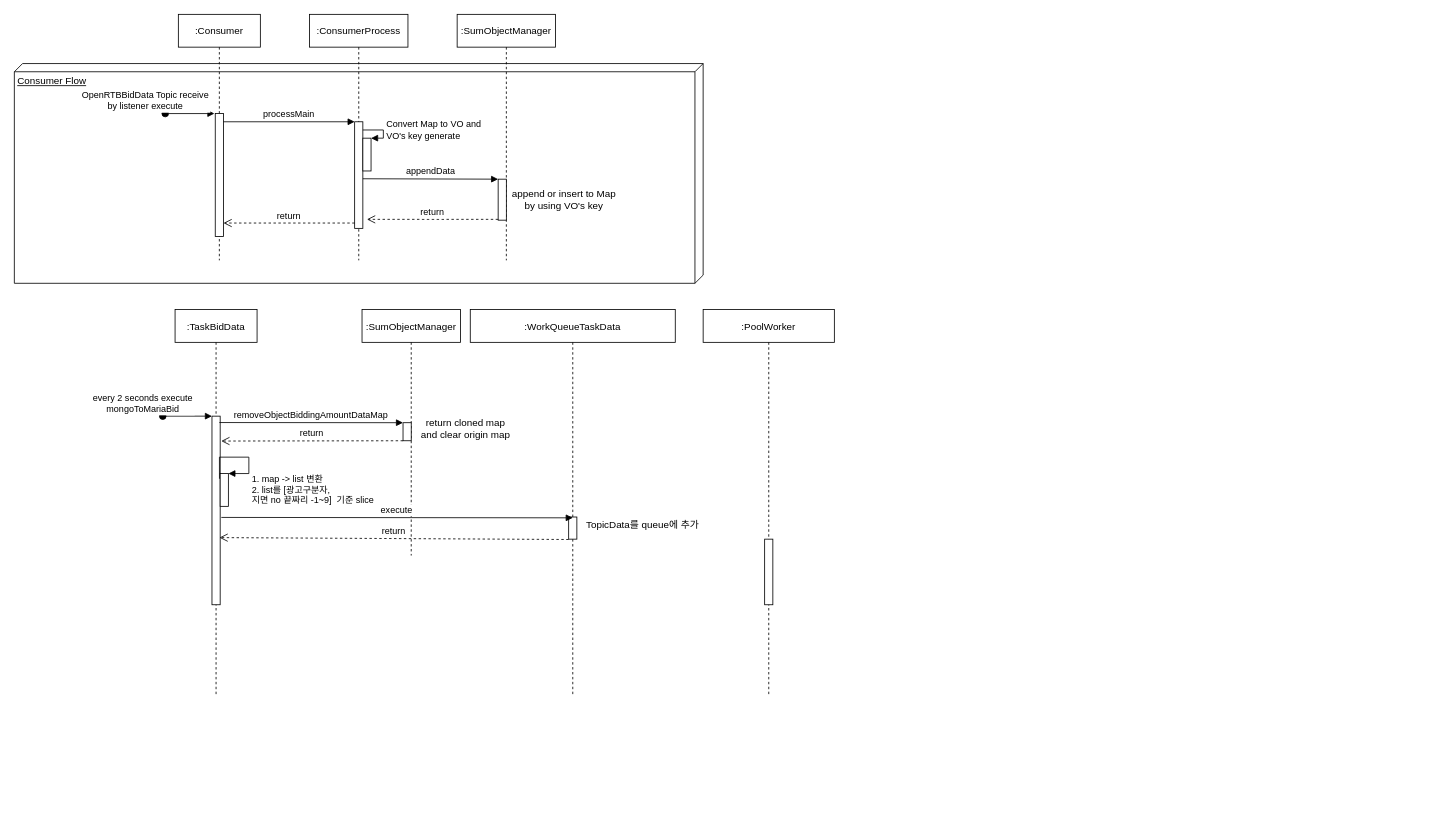
This is OpenRTB Consumer Flow.drawio from BaekSeungJo/Diagram, a draw.io file, before an edit. Source tidied: cells renumbered, new cells numbered last; positions are measured from the earlier drawing's top-left corner, leaving out a move shared by most shapes. Both pictures are drawn from the tidied source at 82%, with x=0, y=0 at pixel (14, 14).
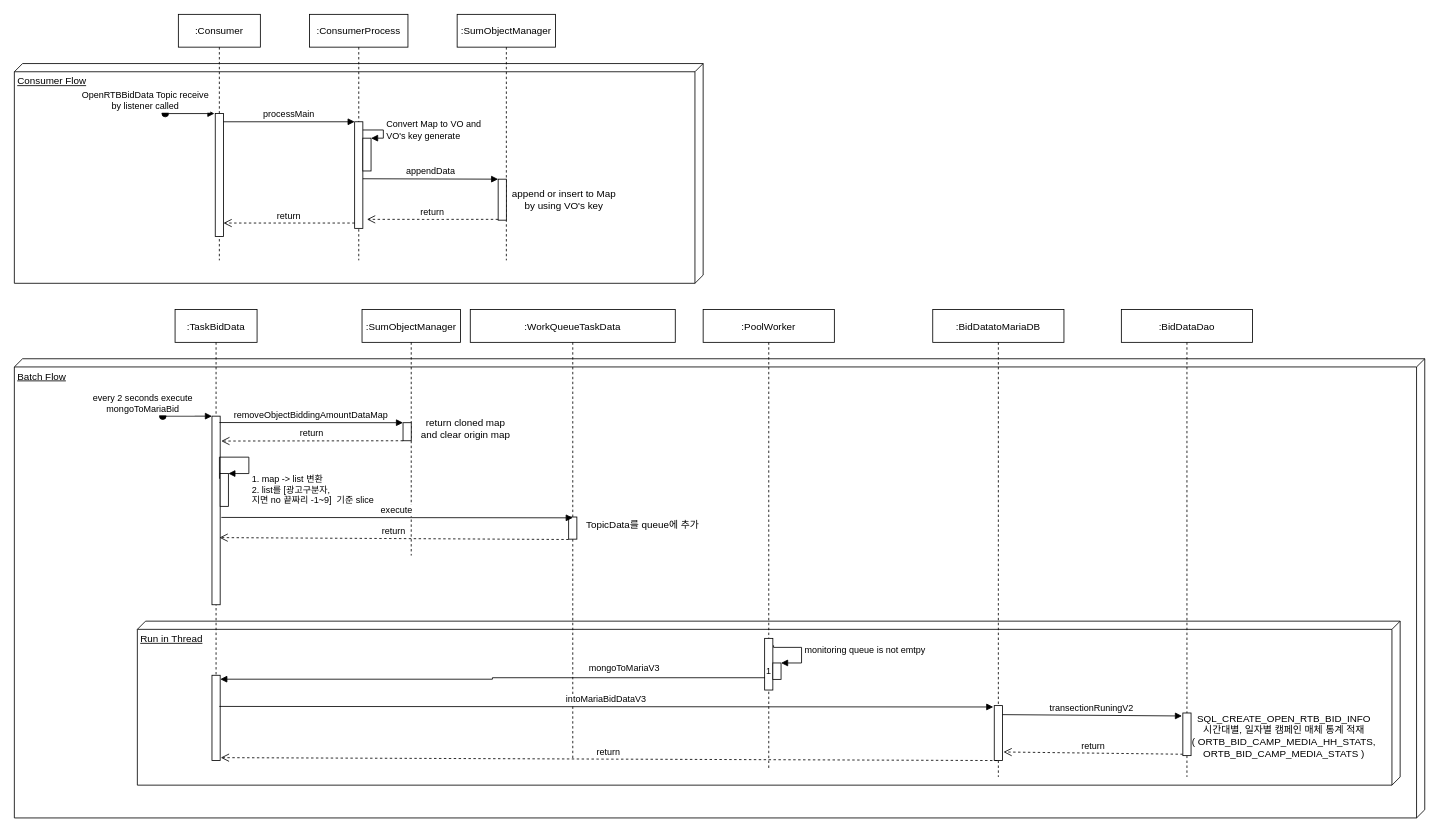
The same page after the edit.

The change refers to these unchanged cells:
```xml
<mxCell id="3" value=":Consumer" style="shape=umlLifeline;perimeter=lifelinePerimeter;rounded=0;shadow=0;strokeWidth=1;" parent="1" vertex="1">
  <mxGeometry x="200" width="100" height="300" as="geometry" />
</mxCell>
```

What changed in the source:
```diff
@@
+    <mxCell id="34" value="Batch Flow" style="verticalAlign=top;align=left;spacingTop=8;spacingLeft=2;spacingRight=12;shape=cube;size=10;direction=south;fontStyle=4;html=1;" parent="1" vertex="1">
+      <mxGeometry y="420" width="1720" height="560" as="geometry" />
+    </mxCell>
+    <mxCell id="35" value="Run in Thread" style="verticalAlign=top;align=left;spacingTop=8;spacingLeft=2;spacingRight=12;shape=cube;size=10;direction=south;fontStyle=4;html=1;" parent="1" vertex="1">
+      <mxGeometry x="150" y="740" width="1540" height="200" as="geometry" />
+    </mxCell>
@@
-    <mxCell id="5" value="OpenRTBBidData Topic receive&#10;by listener execute" style="verticalAlign=bottom;startArrow=oval;endArrow=block;startSize=8;shadow=0;strokeWidth=1;" parent="3" edge="1">
+    <mxCell id="5" value="OpenRTBBidData Topic receive&#10;by listener called" style="verticalAlign=bottom;startArrow=oval;endArrow=block;startSize=8;shadow=0;strokeWidth=1;" parent="3" edge="1">
       <mxGeometry x="-1" y="-24" relative="1" as="geometry">
         <mxPoint x="-16" y="121" as="sourcePoint" />
         <mxPoint x="44" y="121" as="targetPoint" />
         <mxPoint x="-24" y="-24" as="offset" />
       </mxGeometry>
     </mxCell>
@@
     <mxCell id="17" value=":TaskBidData" style="shape=umlLifeline;perimeter=lifelinePerimeter;rounded=0;shadow=0;strokeWidth=1;" parent="1" vertex="1">
-      <mxGeometry x="196" y="360" width="100" height="470" as="geometry" />
+      <mxGeometry x="196" y="360" width="100" height="550" as="geometry" />
     </mxCell>
@@
+    <mxCell id="36" style="html=1;points=[];perimeter=orthogonalPerimeter;" parent="17" vertex="1">
+      <mxGeometry x="45" y="446" width="10" height="104" as="geometry" />
+    </mxCell>
@@
     <mxCell id="27" value=":WorkQueueTaskData" style="shape=umlLifeline;perimeter=lifelinePerimeter;rounded=0;shadow=0;strokeWidth=1;" parent="1" vertex="1">
-      <mxGeometry x="556" y="360" width="250" height="470" as="geometry" />
+      <mxGeometry x="556" y="360" width="250" height="550" as="geometry" />
     </mxCell>
@@
     <mxCell id="32" value=":PoolWorker" style="shape=umlLifeline;perimeter=lifelinePerimeter;rounded=0;shadow=0;strokeWidth=1;" parent="1" vertex="1">
-      <mxGeometry x="840" y="360" width="160" height="470" as="geometry" />
+      <mxGeometry x="840" y="360" width="160" height="560" as="geometry" />
     </mxCell>
     <mxCell id="33" style="points=[];perimeter=orthogonalPerimeter;rounded=0;shadow=0;strokeWidth=1;" parent="32" vertex="1">
-      <mxGeometry x="75" y="280" width="10" height="80" as="geometry" />
+      <mxGeometry x="75" y="401" width="10" height="63" as="geometry" />
     </mxCell>
+    <mxCell id="37" style="html=1;points=[];perimeter=orthogonalPerimeter;" parent="32" vertex="1">
+      <mxGeometry x="85" y="431" width="10" height="20" as="geometry" />
+    </mxCell>
+    <mxCell id="38" value="monitoring queue is not emtpy" style="edgeStyle=orthogonalEdgeStyle;html=1;align=left;spacingLeft=2;endArrow=block;rounded=0;entryX=1;entryY=0;exitX=1.086;exitY=0.135;exitDx=0;exitDy=0;exitPerimeter=0;" parent="32" edge="1" source="33" target="37">
+      <mxGeometry relative="1" as="geometry">
+        <Array as="points">
+          <mxPoint x="120" y="412" />
+          <mxPoint x="120" y="431" />
+        </Array>
+      </mxGeometry>
+    </mxCell>
+    <mxCell id="39" value="mongoToMariaV3" style="endArrow=block;endFill=1;html=1;edgeStyle=orthogonalEdgeStyle;align=left;verticalAlign=top;rounded=0;entryX=1.01;entryY=0.046;entryDx=0;entryDy=0;entryPerimeter=0;exitX=0.038;exitY=0.762;exitDx=0;exitDy=0;exitPerimeter=0;" parent="1" edge="1" source="33" target="36">
+      <mxGeometry x="-0.35" y="-25" relative="1" as="geometry" />
+    </mxCell>
+    <mxCell id="40" value="1" style="edgeLabel;html=1;align=left;verticalAlign=bottom;" parent="39" vertex="1">
+      <mxGeometry x="-1" relative="1" as="geometry" />
+    </mxCell>
+    <mxCell id="41" value=":BidDatatoMariaDB" style="shape=umlLifeline;perimeter=lifelinePerimeter;rounded=0;shadow=0;strokeWidth=1;" parent="1" vertex="1">
+      <mxGeometry x="1120" y="360" width="160" height="570" as="geometry" />
+    </mxCell>
+    <mxCell id="42" style="points=[];perimeter=orthogonalPerimeter;rounded=0;shadow=0;strokeWidth=1;" parent="41" vertex="1">
+      <mxGeometry x="75" y="483" width="10" height="67" as="geometry" />
+    </mxCell>
+    <mxCell id="43" value="return" style="verticalAlign=bottom;endArrow=open;dashed=1;endSize=8;shadow=0;strokeWidth=1;exitX=0;exitY=1.016;exitDx=0;exitDy=0;exitPerimeter=0;entryX=1.124;entryY=0.844;entryDx=0;entryDy=0;entryPerimeter=0;" parent="41" edge="1" target="42">
+      <mxGeometry relative="1" as="geometry">
+        <mxPoint x="305" y="542.3" as="sourcePoint" />
+      </mxGeometry>
+    </mxCell>
+    <mxCell id="44" value="intoMariaBidDataV3" style="verticalAlign=bottom;endArrow=block;shadow=0;strokeWidth=1;exitX=1.143;exitY=0.537;exitDx=0;exitDy=0;exitPerimeter=0;entryX=-0.117;entryY=0.025;entryDx=0;entryDy=0;entryPerimeter=0;" parent="1" edge="1" target="42">
+      <mxGeometry relative="1" as="geometry">
+        <mxPoint x="250" y="844" as="sourcePoint" />
+      </mxGeometry>
+    </mxCell>
+    <mxCell id="45" value=":BidDataDao" style="shape=umlLifeline;perimeter=lifelinePerimeter;rounded=0;shadow=0;strokeWidth=1;" parent="1" vertex="1">
+      <mxGeometry x="1350" y="360" width="160" height="570" as="geometry" />
+    </mxCell>
+    <mxCell id="46" style="points=[];perimeter=orthogonalPerimeter;rounded=0;shadow=0;strokeWidth=1;" parent="45" vertex="1">
+      <mxGeometry x="75" y="492" width="10" height="52" as="geometry" />
+    </mxCell>
+    <mxCell id="47" value="transectionRuningV2" style="verticalAlign=bottom;endArrow=block;shadow=0;strokeWidth=1;exitX=1.143;exitY=0.537;exitDx=0;exitDy=0;exitPerimeter=0;entryX=-0.105;entryY=0.07;entryDx=0;entryDy=0;entryPerimeter=0;" parent="45" edge="1" target="46">
+      <mxGeometry relative="1" as="geometry">
+        <mxPoint x="-145" y="494" as="sourcePoint" />
+      </mxGeometry>
+    </mxCell>
+    <mxCell id="48" value="SQL_CREATE_OPEN_RTB_BID_INFO&lt;br&gt;시간대별, 일자별 캠페인 매체 통계 적재&lt;br&gt;( ORTB_BID_CAMP_MEDIA_HH_STATS,&lt;br&gt;ORTB_BID_CAMP_MEDIA_STATS )" style="text;html=1;align=center;verticalAlign=middle;strokeColor=none;fillColor=none;" parent="1" vertex="1">
+      <mxGeometry x="1428" y="850" width="240" height="60" as="geometry" />
+    </mxCell>
+    <mxCell id="49" value="return" style="verticalAlign=bottom;endArrow=open;dashed=1;endSize=8;shadow=0;strokeWidth=1;exitX=0;exitY=1.016;exitDx=0;exitDy=0;exitPerimeter=0;entryX=1.076;entryY=0.966;entryDx=0;entryDy=0;entryPerimeter=0;" parent="1" edge="1" target="36">
+      <mxGeometry relative="1" as="geometry">
+        <mxPoint x="1198.8" y="910" as="sourcePoint" />
+      </mxGeometry>
+    </mxCell>
```
